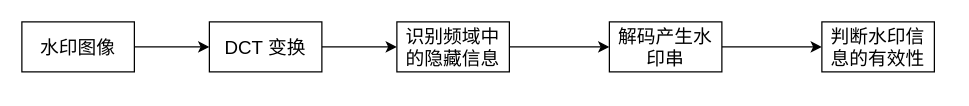
Earlier version of the draw.io diagram 第五章/取水印流程.drawio (yuxinyu12345/diagrams). Source tidied: cells renumbered, new cells numbered last; positions are measured from the earlier drawing's top-left corner, leaving out a move shared by most shapes. Both pictures are drawn from the tidied source at 125%, with x=0, y=0 at pixel (21, 21).
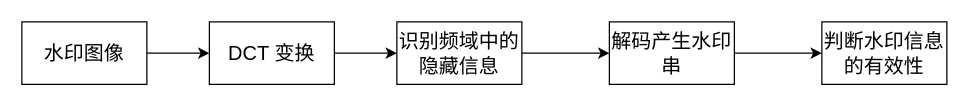
Above is the later version.

Commit message (it also covers changes not shown here):
更新取水印流程.drawio

Diff of the diagram source:
```diff
@@
 <mxGraphModel>
   <root>
     <mxCell id="0" />
     <mxCell id="1" parent="0" />
-    <mxCell id="2" style="edgeStyle=orthogonalEdgeStyle;rounded=0;jettySize=auto;html=1;fontSize=15;" parent="1" edge="1" source="3" target="5">
+    <mxCell id="2" style="edgeStyle=orthogonalEdgeStyle;rounded=0;jettySize=auto;html=1;fontSize=16;" parent="1" edge="1" source="3" target="5">
       <mxGeometry relative="1" as="geometry" />
     </mxCell>
-    <mxCell id="3" value="水印图像" style="rounded=0;whiteSpace=wrap;html=1;fontSize=15;" parent="1" vertex="1">
-      <mxGeometry width="90" height="40" as="geometry" />
+    <mxCell id="3" value="水印图像" style="rounded=0;whiteSpace=wrap;html=1;fontSize=16;" parent="1" vertex="1">
+      <mxGeometry width="100" height="50" as="geometry" />
     </mxCell>
-    <mxCell id="4" style="edgeStyle=orthogonalEdgeStyle;rounded=0;jettySize=auto;html=1;fontSize=15;" parent="1" edge="1" source="5" target="7">
+    <mxCell id="4" style="edgeStyle=orthogonalEdgeStyle;rounded=0;jettySize=auto;html=1;fontSize=16;" parent="1" edge="1" source="5" target="7">
       <mxGeometry relative="1" as="geometry" />
     </mxCell>
-    <mxCell id="5" value="DCT 变换" style="rounded=0;whiteSpace=wrap;html=1;fontSize=15;" parent="1" vertex="1">
-      <mxGeometry x="150" width="90" height="40" as="geometry" />
+    <mxCell id="5" value="DCT 变换" style="rounded=0;whiteSpace=wrap;html=1;fontSize=16;" parent="1" vertex="1">
+      <mxGeometry x="150" width="100" height="50" as="geometry" />
     </mxCell>
-    <mxCell id="6" style="edgeStyle=orthogonalEdgeStyle;rounded=0;jettySize=auto;html=1;fontSize=15;" parent="1" edge="1" source="7" target="9">
+    <mxCell id="6" style="edgeStyle=orthogonalEdgeStyle;rounded=0;jettySize=auto;html=1;fontSize=16;" parent="1" edge="1" source="7" target="9">
       <mxGeometry relative="1" as="geometry" />
     </mxCell>
-    <mxCell id="7" value="识别频域中的隐藏信息" style="rounded=0;whiteSpace=wrap;html=1;fontSize=15;" parent="1" vertex="1">
-      <mxGeometry x="300" width="90" height="40" as="geometry" />
+    <mxCell id="7" value="识别频域中的隐藏信息" style="rounded=0;whiteSpace=wrap;html=1;fontSize=16;" parent="1" vertex="1">
+      <mxGeometry x="300" width="100" height="50" as="geometry" />
     </mxCell>
-    <mxCell id="8" style="edgeStyle=orthogonalEdgeStyle;rounded=0;jettySize=auto;html=1;fontSize=15;" parent="1" edge="1" source="9" target="10">
+    <mxCell id="8" style="edgeStyle=orthogonalEdgeStyle;rounded=0;jettySize=auto;html=1;fontSize=16;" parent="1" edge="1" source="9" target="10">
       <mxGeometry relative="1" as="geometry" />
     </mxCell>
-    <mxCell id="9" value="解码产生水印串" style="rounded=0;whiteSpace=wrap;html=1;fontSize=15;" parent="1" vertex="1">
-      <mxGeometry x="470" width="90" height="40" as="geometry" />
+    <mxCell id="9" value="解码产生水印串" style="rounded=0;whiteSpace=wrap;html=1;fontSize=16;" parent="1" vertex="1">
+      <mxGeometry x="470" width="100" height="50" as="geometry" />
     </mxCell>
-    <mxCell id="10" value="判断水印信息的有效性" style="rounded=0;whiteSpace=wrap;html=1;fontSize=15;" parent="1" vertex="1">
-      <mxGeometry x="640" width="90" height="40" as="geometry" />
+    <mxCell id="10" value="判断水印信息的有效性" style="rounded=0;whiteSpace=wrap;html=1;fontSize=16;" parent="1" vertex="1">
+      <mxGeometry x="640" width="100" height="50" as="geometry" />
     </mxCell>
   </root>
 </mxGraphModel>
```
